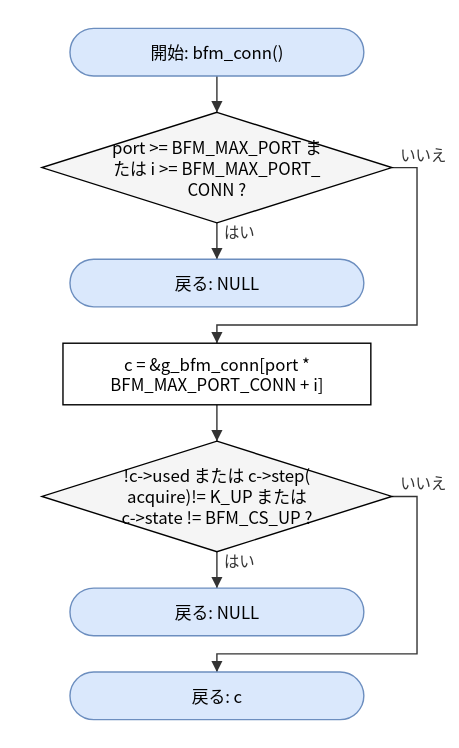
The draw.io diagram doc/spec/images/flow_src_bfm_cm-bfm_conn.drawio.svg in hf355051012-ai/bfmem, before a commit. Source tidied: cells renumbered, new cells last; positions are measured from the earlier drawing's top-left corner, leaving out a move shared by most shapes.
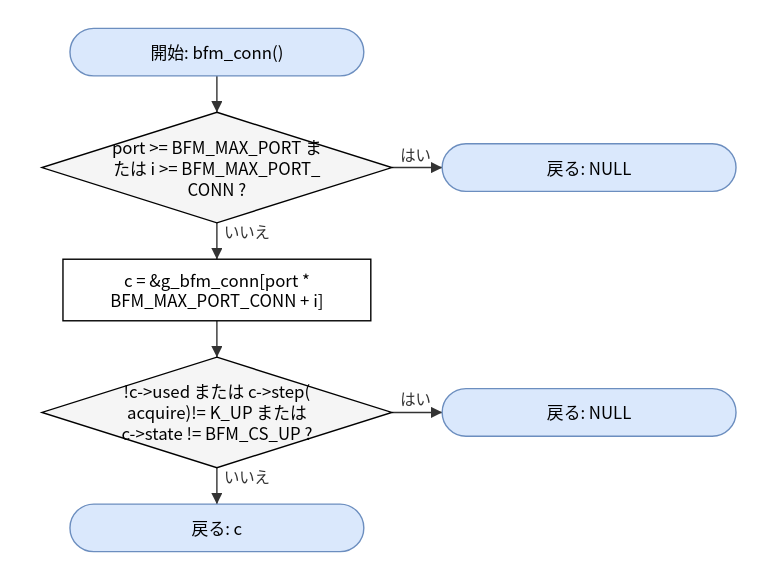
After the commit.

Change to the diagram source:
```diff
@@ -9,49 +9,37 @@
       <mxGeometry y="60" width="250" height="79" as="geometry" />
     </mxCell>
     <mxCell id="4" value="戻る: NULL" style="rounded=1;arcSize=50;whiteSpace=wrap;html=1;fillColor=#dae8fc;strokeColor=#6c8ebf;" parent="1" vertex="1">
-      <mxGeometry x="20" y="165" width="210" height="34" as="geometry" />
+      <mxGeometry x="286" y="82.5" width="210" height="34" as="geometry" />
     </mxCell>
     <mxCell id="5" value="c = &amp;amp;g_bfm_conn[port *&lt;br&gt;BFM_MAX_PORT_CONN + i]" style="rounded=0;whiteSpace=wrap;html=1;" parent="1" vertex="1">
-      <mxGeometry x="15" y="225" width="220" height="44" as="geometry" />
+      <mxGeometry x="15" y="165" width="220" height="44" as="geometry" />
     </mxCell>
     <mxCell id="6" value="!c-&amp;gt;used または c-&amp;gt;step(&lt;br&gt;acquire)!= K_UP または&lt;br&gt;c-&amp;gt;state != BFM_CS_UP ?" style="rhombus;whiteSpace=wrap;html=1;fillColor=#f5f5f5;" parent="1" vertex="1">
-      <mxGeometry y="295" width="250" height="79" as="geometry" />
+      <mxGeometry y="235" width="250" height="79" as="geometry" />
     </mxCell>
     <mxCell id="7" value="戻る: NULL" style="rounded=1;arcSize=50;whiteSpace=wrap;html=1;fillColor=#dae8fc;strokeColor=#6c8ebf;" parent="1" vertex="1">
-      <mxGeometry x="20" y="400" width="210" height="34" as="geometry" />
+      <mxGeometry x="286" y="257.5" width="210" height="34" as="geometry" />
     </mxCell>
     <mxCell id="8" value="戻る: c" style="rounded=1;arcSize=50;whiteSpace=wrap;html=1;fillColor=#dae8fc;strokeColor=#6c8ebf;" parent="1" vertex="1">
-      <mxGeometry x="20" y="460" width="210" height="34" as="geometry" />
+      <mxGeometry x="20" y="340" width="210" height="34" as="geometry" />
     </mxCell>
     <mxCell id="9" style="edgeStyle=none;html=1;rounded=0;endArrow=block;endFill=1;exitX=0.5000;exitY=1.0000;exitDx=0;exitDy=0;exitPerimeter=0;entryX=0.5000;entryY=0.0000;entryDx=0;entryDy=0;entryPerimeter=0;" parent="1" edge="1" source="2" target="3">
       <mxGeometry relative="1" as="geometry" />
     </mxCell>
-    <mxCell id="10" value="はい" style="edgeStyle=none;html=1;rounded=0;endArrow=block;endFill=1;exitX=0.5000;exitY=1.0000;exitDx=0;exitDy=0;exitPerimeter=0;entryX=0.5000;entryY=0.0000;entryDx=0;entryDy=0;entryPerimeter=0;" parent="1" edge="1" source="3" target="4">
+    <mxCell id="10" value="はい" style="edgeStyle=none;html=1;rounded=0;endArrow=block;endFill=1;exitX=1.0000;exitY=0.5000;exitDx=0;exitDy=0;exitPerimeter=0;entryX=0.0000;entryY=0.5000;entryDx=0;entryDy=0;entryPerimeter=0;" parent="1" edge="1" source="3" target="4">
       <mxGeometry relative="1" as="geometry" />
     </mxCell>
-    <mxCell id="11" value="いいえ" style="edgeStyle=none;html=1;rounded=0;endArrow=block;endFill=1;exitX=1.0000;exitY=0.5000;exitDx=0;exitDy=0;exitPerimeter=0;entryX=0.5000;entryY=0.0000;entryDx=0;entryDy=0;entryPerimeter=0;" parent="1" edge="1" source="3" target="5">
-      <mxGeometry relative="1" as="geometry">
-        <Array as="points">
-          <mxPoint x="268" y="99.5" />
-          <mxPoint x="268" y="212" />
-          <mxPoint x="125" y="212" />
-        </Array>
-      </mxGeometry>
+    <mxCell id="11" value="いいえ" style="edgeStyle=none;html=1;rounded=0;endArrow=block;endFill=1;exitX=0.5000;exitY=1.0000;exitDx=0;exitDy=0;exitPerimeter=0;entryX=0.5000;entryY=0.0000;entryDx=0;entryDy=0;entryPerimeter=0;" parent="1" edge="1" source="3" target="5">
+      <mxGeometry relative="1" as="geometry" />
     </mxCell>
     <mxCell id="12" style="edgeStyle=none;html=1;rounded=0;endArrow=block;endFill=1;exitX=0.5000;exitY=1.0000;exitDx=0;exitDy=0;exitPerimeter=0;entryX=0.5000;entryY=0.0000;entryDx=0;entryDy=0;entryPerimeter=0;" parent="1" edge="1" source="5" target="6">
       <mxGeometry relative="1" as="geometry" />
     </mxCell>
-    <mxCell id="13" value="はい" style="edgeStyle=none;html=1;rounded=0;endArrow=block;endFill=1;exitX=0.5000;exitY=1.0000;exitDx=0;exitDy=0;exitPerimeter=0;entryX=0.5000;entryY=0.0000;entryDx=0;entryDy=0;entryPerimeter=0;" parent="1" edge="1" source="6" target="7">
+    <mxCell id="13" value="はい" style="edgeStyle=none;html=1;rounded=0;endArrow=block;endFill=1;exitX=1.0000;exitY=0.5000;exitDx=0;exitDy=0;exitPerimeter=0;entryX=0.0000;entryY=0.5000;entryDx=0;entryDy=0;entryPerimeter=0;" parent="1" edge="1" source="6" target="7">
       <mxGeometry relative="1" as="geometry" />
     </mxCell>
-    <mxCell id="14" value="いいえ" style="edgeStyle=none;html=1;rounded=0;endArrow=block;endFill=1;exitX=1.0000;exitY=0.5000;exitDx=0;exitDy=0;exitPerimeter=0;entryX=0.5000;entryY=0.0000;entryDx=0;entryDy=0;entryPerimeter=0;" parent="1" edge="1" source="6" target="8">
-      <mxGeometry relative="1" as="geometry">
-        <Array as="points">
-          <mxPoint x="268" y="334.5" />
-          <mxPoint x="268" y="447" />
-          <mxPoint x="125" y="447" />
-        </Array>
-      </mxGeometry>
+    <mxCell id="14" value="いいえ" style="edgeStyle=none;html=1;rounded=0;endArrow=block;endFill=1;exitX=0.5000;exitY=1.0000;exitDx=0;exitDy=0;exitPerimeter=0;entryX=0.5000;entryY=0.0000;entryDx=0;entryDy=0;entryPerimeter=0;" parent="1" edge="1" source="6" target="8">
+      <mxGeometry relative="1" as="geometry" />
     </mxCell>
   </root>
 </mxGraphModel>
```
